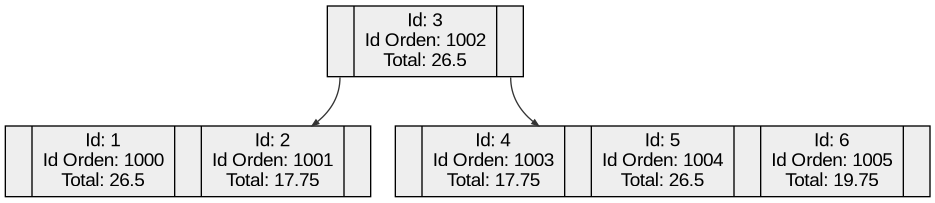
The Graphviz diagram Fase2/AutoGestPro/Reportes/ReporteFacturas.png in 0520Jose/-EDD-1S2025_202300539, before a commit. Its source is kept beside it as Fase2/AutoGestPro/Reportes/ReporteFacturas.dot.
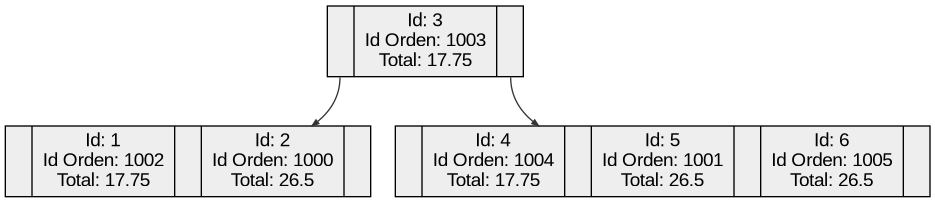
The same diagram one commit later.

Change to the diagram source:
```diff
@@ -14,9 +14,9 @@
 edge [dir="forward"];
 edge [arrowhead="normal"];
 edge [arrowsize="0.5"];
-node42119052 [label="<f0>| Id: 3\nId Orden: 1002\nTotal: 26.5 | <f1>", shape=record];
-node42119052:f0 -> node43527150;
-node43527150 [label="<f0>| Id: 1\nId Orden: 1000\nTotal: 26.5 | <f1>| Id: 2\nId Orden: 1001\nTotal: 17.75 | <f2>", shape=record];
-node42119052:f1 -> node56200037;
-node56200037 [label="<f0>| Id: 4\nId Orden: 1003\nTotal: 17.75 | <f1>| Id: 5\nId Orden: 1004\nTotal: 26.5 | <f2>| Id: 6\nId Orden: 1005\nTotal: 19.75 | <f3>", shape=record];
+node41962596 [label="<f0>| Id: 3\nId Orden: 1003\nTotal: 17.75 | <f1>", shape=record];
+node41962596:f0 -> node42119052;
+node42119052 [label="<f0>| Id: 1\nId Orden: 1002\nTotal: 17.75 | <f1>| Id: 2\nId Orden: 1000\nTotal: 26.5 | <f2>", shape=record];
+node41962596:f1 -> node43527150;
+node43527150 [label="<f0>| Id: 4\nId Orden: 1004\nTotal: 17.75 | <f1>| Id: 5\nId Orden: 1001\nTotal: 26.5 | <f2>| Id: 6\nId Orden: 1005\nTotal: 26.5 | <f3>", shape=record];
 }
```
